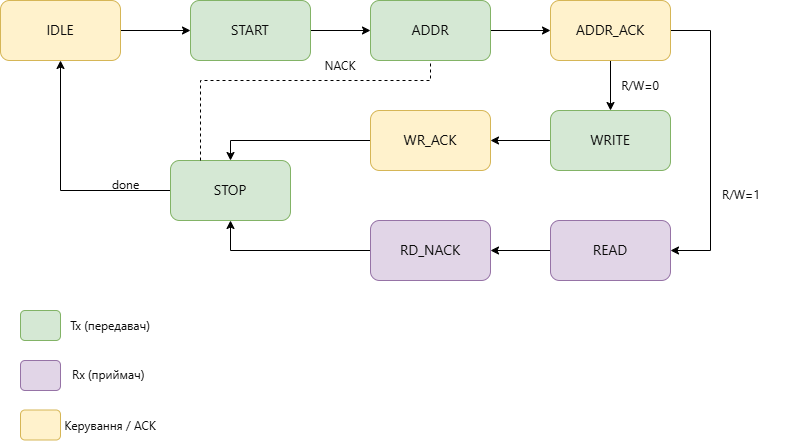
Earlier version of the draw.io export docs/fsm.png (solomiiakokoruzki2023-maker/apks-lab3-i2c). Source tidied: cells renumbered, new cells last; positions are measured from the earlier drawing's top-left corner, leaving out a move shared by most shapes. Source of this version:
```xml
<mxGraphModel>
  <root>
    <mxCell id="0" />
    <mxCell id="1" parent="0" />
    <mxCell id="2" style="edgeStyle=orthogonalEdgeStyle;rounded=0;jettySize=auto;html=1;exitX=1;exitY=0.5;exitDx=0;exitDy=0;entryX=0;entryY=0.5;entryDx=0;entryDy=0;" parent="1" edge="1" source="3" target="5">
      <mxGeometry relative="1" as="geometry" />
    </mxCell>
    <mxCell id="3" value="&lt;span style=&quot;color: rgb(11, 11, 11); font-family: anthropic-sans, ui-sans-serif, system-ui, -apple-system, &amp;quot;Segoe UI&amp;quot;, Roboto, sans-serif; font-size: 14px; text-align: start; white-space: nowrap;&quot;&gt;IDLE&lt;/span&gt;" style="rounded=1;whiteSpace=wrap;html=1;fillColor=#fff2cc;strokeColor=#d6b656;" parent="1" vertex="1">
      <mxGeometry width="120" height="60" as="geometry" />
    </mxCell>
    <mxCell id="4" style="edgeStyle=orthogonalEdgeStyle;rounded=0;jettySize=auto;html=1;exitX=1;exitY=0.5;exitDx=0;exitDy=0;entryX=0;entryY=0.5;entryDx=0;entryDy=0;" parent="1" edge="1" source="5" target="10">
      <mxGeometry relative="1" as="geometry" />
    </mxCell>
    <mxCell id="5" value="&lt;span style=&quot;color: rgb(11, 11, 11); font-family: anthropic-sans, ui-sans-serif, system-ui, -apple-system, &amp;quot;Segoe UI&amp;quot;, Roboto, sans-serif; font-size: 14px; text-align: start; white-space: nowrap;&quot;&gt;START&lt;/span&gt;" style="rounded=1;whiteSpace=wrap;html=1;fillColor=#d5e8d4;strokeColor=#82b366;" parent="1" vertex="1">
      <mxGeometry x="190" width="120" height="60" as="geometry" />
    </mxCell>
    <mxCell id="6" style="edgeStyle=orthogonalEdgeStyle;rounded=0;jettySize=auto;html=1;exitX=0.5;exitY=1;exitDx=0;exitDy=0;entryX=0.5;entryY=0;entryDx=0;entryDy=0;" parent="1" edge="1" source="8" target="14">
      <mxGeometry relative="1" as="geometry" />
    </mxCell>
    <mxCell id="7" style="edgeStyle=orthogonalEdgeStyle;rounded=0;jettySize=auto;html=1;exitX=1;exitY=0.5;exitDx=0;exitDy=0;entryX=1;entryY=0.5;entryDx=0;entryDy=0;" parent="1" edge="1" source="8" target="18">
      <mxGeometry relative="1" as="geometry">
        <Array as="points">
          <mxPoint x="710" y="30" />
          <mxPoint x="710" y="250" />
        </Array>
      </mxGeometry>
    </mxCell>
    <mxCell id="8" value="&lt;br&gt;&lt;span style=&quot;color: rgb(11, 11, 11); font-family: anthropic-sans, ui-sans-serif, system-ui, -apple-system, &amp;quot;Segoe UI&amp;quot;, Roboto, sans-serif; font-size: 14px; font-style: normal; font-variant-ligatures: normal; font-variant-caps: normal; letter-spacing: normal; orphans: 2; text-align: start; text-indent: 0px; text-transform: none; widows: 2; word-spacing: 0px; -webkit-text-stroke-width: 0px; white-space: nowrap; text-decoration-thickness: initial; text-decoration-style: initial; text-decoration-color: initial; float: none; display: inline !important;&quot;&gt;ADDR_ACK&lt;/span&gt;&lt;div&gt;&lt;br/&gt;&lt;/div&gt;" style="rounded=1;whiteSpace=wrap;html=1;fillColor=#fff2cc;strokeColor=#d6b656;" parent="1" vertex="1">
      <mxGeometry x="550" width="120" height="60" as="geometry" />
    </mxCell>
    <mxCell id="9" style="edgeStyle=orthogonalEdgeStyle;rounded=0;jettySize=auto;html=1;exitX=1;exitY=0.5;exitDx=0;exitDy=0;entryX=0;entryY=0.5;entryDx=0;entryDy=0;" parent="1" edge="1" source="10" target="8">
      <mxGeometry relative="1" as="geometry" />
    </mxCell>
    <mxCell id="10" value="&lt;span style=&quot;color: rgb(11, 11, 11); font-family: anthropic-sans, ui-sans-serif, system-ui, -apple-system, &amp;quot;Segoe UI&amp;quot;, Roboto, sans-serif; font-size: 14px; text-align: start; white-space: nowrap;&quot;&gt;ADDR&lt;/span&gt;" style="rounded=1;whiteSpace=wrap;html=1;fillColor=#d5e8d4;strokeColor=#82b366;" parent="1" vertex="1">
      <mxGeometry x="370" width="120" height="60" as="geometry" />
    </mxCell>
    <mxCell id="11" style="edgeStyle=orthogonalEdgeStyle;rounded=0;jettySize=auto;html=1;exitX=0;exitY=0.5;exitDx=0;exitDy=0;entryX=0.5;entryY=0;entryDx=0;entryDy=0;" parent="1" edge="1" source="12" target="20">
      <mxGeometry relative="1" as="geometry" />
    </mxCell>
    <mxCell id="12" value="&lt;span style=&quot;color: rgb(11, 11, 11); font-family: anthropic-sans, ui-sans-serif, system-ui, -apple-system, &amp;quot;Segoe UI&amp;quot;, Roboto, sans-serif; font-size: 14px; text-align: start; white-space: nowrap;&quot;&gt;WR_ACK&lt;/span&gt;" style="rounded=1;whiteSpace=wrap;html=1;fillColor=#fff2cc;strokeColor=#d6b656;" parent="1" vertex="1">
      <mxGeometry x="370" y="110" width="120" height="60" as="geometry" />
    </mxCell>
    <mxCell id="13" style="edgeStyle=orthogonalEdgeStyle;rounded=0;jettySize=auto;html=1;exitX=0;exitY=0.5;exitDx=0;exitDy=0;entryX=1;entryY=0.5;entryDx=0;entryDy=0;" parent="1" edge="1" source="14" target="12">
      <mxGeometry relative="1" as="geometry" />
    </mxCell>
    <mxCell id="14" value="&lt;span style=&quot;color: rgb(11, 11, 11); font-family: anthropic-sans, ui-sans-serif, system-ui, -apple-system, &amp;quot;Segoe UI&amp;quot;, Roboto, sans-serif; font-size: 14px; text-align: start; white-space: nowrap;&quot;&gt;WRITE&lt;/span&gt;" style="rounded=1;whiteSpace=wrap;html=1;fillColor=#d5e8d4;strokeColor=#82b366;" parent="1" vertex="1">
      <mxGeometry x="550" y="110" width="120" height="60" as="geometry" />
    </mxCell>
    <mxCell id="15" style="edgeStyle=orthogonalEdgeStyle;rounded=0;jettySize=auto;html=1;exitX=0;exitY=0.5;exitDx=0;exitDy=0;entryX=0.5;entryY=1;entryDx=0;entryDy=0;" parent="1" edge="1" source="16" target="20">
      <mxGeometry relative="1" as="geometry" />
    </mxCell>
    <mxCell id="16" value="&lt;span style=&quot;color: rgb(11, 11, 11); font-family: anthropic-sans, ui-sans-serif, system-ui, -apple-system, &amp;quot;Segoe UI&amp;quot;, Roboto, sans-serif; font-size: 14px; text-align: start; white-space: nowrap;&quot;&gt;RD_NACK&lt;/span&gt;" style="rounded=1;whiteSpace=wrap;html=1;fillColor=#e1d5e7;strokeColor=#9673a6;" parent="1" vertex="1">
      <mxGeometry x="370" y="220" width="120" height="60" as="geometry" />
    </mxCell>
    <mxCell id="17" style="edgeStyle=orthogonalEdgeStyle;rounded=0;jettySize=auto;html=1;exitX=0;exitY=0.5;exitDx=0;exitDy=0;entryX=1;entryY=0.5;entryDx=0;entryDy=0;" parent="1" edge="1" source="18" target="16">
      <mxGeometry relative="1" as="geometry" />
    </mxCell>
    <mxCell id="18" value="&lt;span style=&quot;color: rgb(11, 11, 11); font-family: anthropic-sans, ui-sans-serif, system-ui, -apple-system, &amp;quot;Segoe UI&amp;quot;, Roboto, sans-serif; font-size: 14px; text-align: start; white-space: nowrap;&quot;&gt;READ&lt;/span&gt;" style="rounded=1;whiteSpace=wrap;html=1;fillColor=#e1d5e7;strokeColor=#9673a6;" parent="1" vertex="1">
      <mxGeometry x="550" y="220" width="120" height="60" as="geometry" />
    </mxCell>
    <mxCell id="19" style="edgeStyle=orthogonalEdgeStyle;rounded=0;jettySize=auto;html=1;exitX=0;exitY=0.5;exitDx=0;exitDy=0;entryX=0.5;entryY=1;entryDx=0;entryDy=0;" parent="1" edge="1" source="20" target="3">
      <mxGeometry relative="1" as="geometry" />
    </mxCell>
    <mxCell id="20" value="&lt;span style=&quot;color: rgb(11, 11, 11); font-family: anthropic-sans, ui-sans-serif, system-ui, -apple-system, &amp;quot;Segoe UI&amp;quot;, Roboto, sans-serif; font-size: 14px; text-align: start; white-space: nowrap;&quot;&gt;STOP&lt;/span&gt;" style="rounded=1;whiteSpace=wrap;html=1;fillColor=#d5e8d4;strokeColor=#82b366;" parent="1" vertex="1">
      <mxGeometry x="170" y="160" width="120" height="60" as="geometry" />
    </mxCell>
    <mxCell id="21" style="endArrow=none;dashed=1;html=1;rounded=0;exitX=0.25;exitY=0;exitDx=0;exitDy=0;entryX=0.5;entryY=1;entryDx=0;entryDy=0;" parent="1" edge="1" source="20" target="10">
      <mxGeometry relative="1" as="geometry">
        <Array as="points">
          <mxPoint x="200" y="80" />
          <mxPoint x="430" y="80" />
        </Array>
      </mxGeometry>
    </mxCell>
    <mxCell id="22" value="&lt;span style=&quot;color: rgb(11, 11, 11); font-family: anthropic-sans, ui-sans-serif, system-ui, -apple-system, &amp;quot;Segoe UI&amp;quot;, Roboto, sans-serif; text-align: start; white-space: nowrap;&quot;&gt;NACK&lt;/span&gt;" style="text;html=1;whiteSpace=wrap;strokeColor=none;fillColor=none;align=center;verticalAlign=middle;rounded=0;" parent="1" vertex="1">
      <mxGeometry x="310" y="50" width="60" height="30" as="geometry" />
    </mxCell>
    <mxCell id="23" value="&lt;span style=&quot;color: rgb(11, 11, 11); font-family: anthropic-sans, ui-sans-serif, system-ui, -apple-system, &amp;quot;Segoe UI&amp;quot;, Roboto, sans-serif; font-size: 12px; font-style: normal; font-variant-ligatures: normal; font-variant-caps: normal; font-weight: 400; letter-spacing: normal; orphans: 2; text-align: start; text-indent: 0px; text-transform: none; widows: 2; word-spacing: 0px; -webkit-text-stroke-width: 0px; white-space: nowrap; text-decoration-thickness: initial; text-decoration-style: initial; text-decoration-color: initial; display: inline !important; float: none;&quot;&gt;done&lt;/span&gt;" style="text;whiteSpace=wrap;html=1;" parent="1" vertex="1">
      <mxGeometry x="110" y="170" width="60" height="40" as="geometry" />
    </mxCell>
    <mxCell id="24" value="&lt;span style=&quot;color: rgb(11, 11, 11); font-family: anthropic-sans, ui-sans-serif, system-ui, -apple-system, &amp;quot;Segoe UI&amp;quot;, Roboto, sans-serif; font-size: 12px; font-style: normal; font-variant-ligatures: normal; font-variant-caps: normal; font-weight: 400; letter-spacing: normal; orphans: 2; text-align: start; text-indent: 0px; text-transform: none; widows: 2; word-spacing: 0px; -webkit-text-stroke-width: 0px; white-space: nowrap; text-decoration-thickness: initial; text-decoration-style: initial; text-decoration-color: initial; display: inline !important; float: none;&quot;&gt;R/W=1&lt;/span&gt;" style="text;whiteSpace=wrap;html=1;" parent="1" vertex="1">
      <mxGeometry x="720" y="180" width="70" height="40" as="geometry" />
    </mxCell>
    <mxCell id="25" value="&lt;span style=&quot;color: rgb(11, 11, 11); font-family: anthropic-sans, ui-sans-serif, system-ui, -apple-system, &amp;quot;Segoe UI&amp;quot;, Roboto, sans-serif; text-align: start; white-space: nowrap;&quot;&gt;R/W=0&lt;/span&gt;" style="text;html=1;whiteSpace=wrap;strokeColor=none;fillColor=none;align=center;verticalAlign=middle;rounded=0;" parent="1" vertex="1">
      <mxGeometry x="610" y="70" width="60" height="30" as="geometry" />
    </mxCell>
    <mxCell id="26" style="rounded=1;whiteSpace=wrap;html=1;fillColor=#d5e8d4;strokeColor=#82b366;" parent="1" vertex="1">
      <mxGeometry x="20" y="310" width="40" height="30" as="geometry" />
    </mxCell>
    <mxCell id="27" style="rounded=1;whiteSpace=wrap;html=1;fillColor=#e1d5e7;strokeColor=#9673a6;" parent="1" vertex="1">
      <mxGeometry x="20" y="360" width="40" height="30" as="geometry" />
    </mxCell>
    <mxCell id="28" style="rounded=1;whiteSpace=wrap;html=1;fillColor=#fff2cc;strokeColor=#d6b656;" parent="1" vertex="1">
      <mxGeometry x="20" y="409.5" width="40" height="30" as="geometry" />
    </mxCell>
    <mxCell id="29" value="&lt;span style=&quot;color: rgb(11, 11, 11); font-family: anthropic-sans, ui-sans-serif, system-ui, -apple-system, &amp;quot;Segoe UI&amp;quot;, Roboto, sans-serif; text-align: start; white-space: nowrap;&quot;&gt;Tx (передавач)&lt;/span&gt;" style="text;html=1;whiteSpace=wrap;strokeColor=none;fillColor=none;align=center;verticalAlign=middle;rounded=0;" parent="1" vertex="1">
      <mxGeometry x="80" y="310" width="60" height="30" as="geometry" />
    </mxCell>
    <mxCell id="30" value="&lt;span style=&quot;color: rgb(11, 11, 11); font-family: anthropic-sans, ui-sans-serif, system-ui, -apple-system, &amp;quot;Segoe UI&amp;quot;, Roboto, sans-serif; font-size: 12px; font-style: normal; font-variant-ligatures: normal; font-variant-caps: normal; font-weight: 400; letter-spacing: normal; orphans: 2; text-align: start; text-indent: 0px; text-transform: none; widows: 2; word-spacing: 0px; -webkit-text-stroke-width: 0px; white-space: nowrap; text-decoration-thickness: initial; text-decoration-style: initial; text-decoration-color: initial; display: inline !important; float: none;&quot;&gt;Rx (приймач)&lt;/span&gt;" style="text;whiteSpace=wrap;html=1;" parent="1" vertex="1">
      <mxGeometry x="70" y="360" width="110" height="40" as="geometry" />
    </mxCell>
    <mxCell id="31" value="&lt;span style=&quot;color: rgb(11, 11, 11); font-family: anthropic-sans, ui-sans-serif, system-ui, -apple-system, &amp;quot;Segoe UI&amp;quot;, Roboto, sans-serif; text-align: start; white-space: nowrap;&quot;&gt;Керування / ACK&lt;/span&gt;" style="text;html=1;whiteSpace=wrap;strokeColor=none;fillColor=none;align=center;verticalAlign=middle;rounded=0;" parent="1" vertex="1">
      <mxGeometry x="80" y="410" width="60" height="30" as="geometry" />
    </mxCell>
  </root>
</mxGraphModel>
```
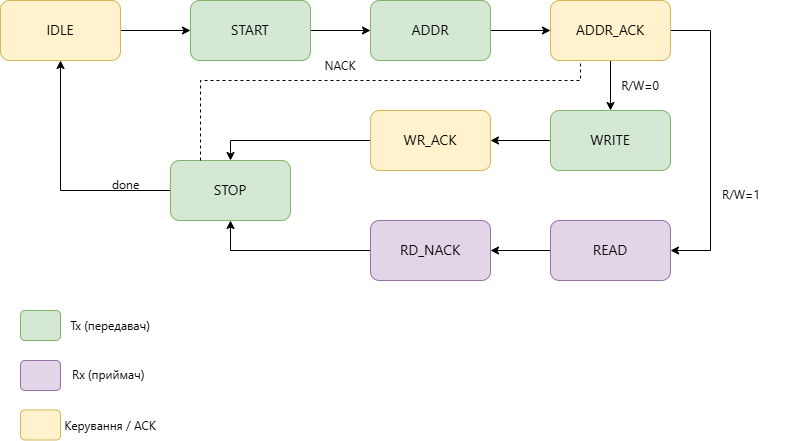
Later version of the same file.

Commit message:
Add FSM diagram and waveform screenshots

Diff of the diagram source:
```diff
@@ -64,11 +64,12 @@
     <mxCell id="20" value="&lt;span style=&quot;color: rgb(11, 11, 11); font-family: anthropic-sans, ui-sans-serif, system-ui, -apple-system, &amp;quot;Segoe UI&amp;quot;, Roboto, sans-serif; font-size: 14px; text-align: start; white-space: nowrap;&quot;&gt;STOP&lt;/span&gt;" style="rounded=1;whiteSpace=wrap;html=1;fillColor=#d5e8d4;strokeColor=#82b366;" parent="1" vertex="1">
       <mxGeometry x="170" y="160" width="120" height="60" as="geometry" />
     </mxCell>
-    <mxCell id="21" style="endArrow=none;dashed=1;html=1;rounded=0;exitX=0.25;exitY=0;exitDx=0;exitDy=0;entryX=0.5;entryY=1;entryDx=0;entryDy=0;" parent="1" edge="1" source="20" target="10">
+    <mxCell id="21" style="endArrow=none;dashed=1;html=1;rounded=0;exitX=0.25;exitY=0;exitDx=0;exitDy=0;entryX=0.25;entryY=1;entryDx=0;entryDy=0;" parent="1" edge="1" source="20" target="8">
       <mxGeometry relative="1" as="geometry">
         <Array as="points">
           <mxPoint x="200" y="80" />
           <mxPoint x="430" y="80" />
+          <mxPoint x="580" y="80" />
         </Array>
       </mxGeometry>
     </mxCell>
```
